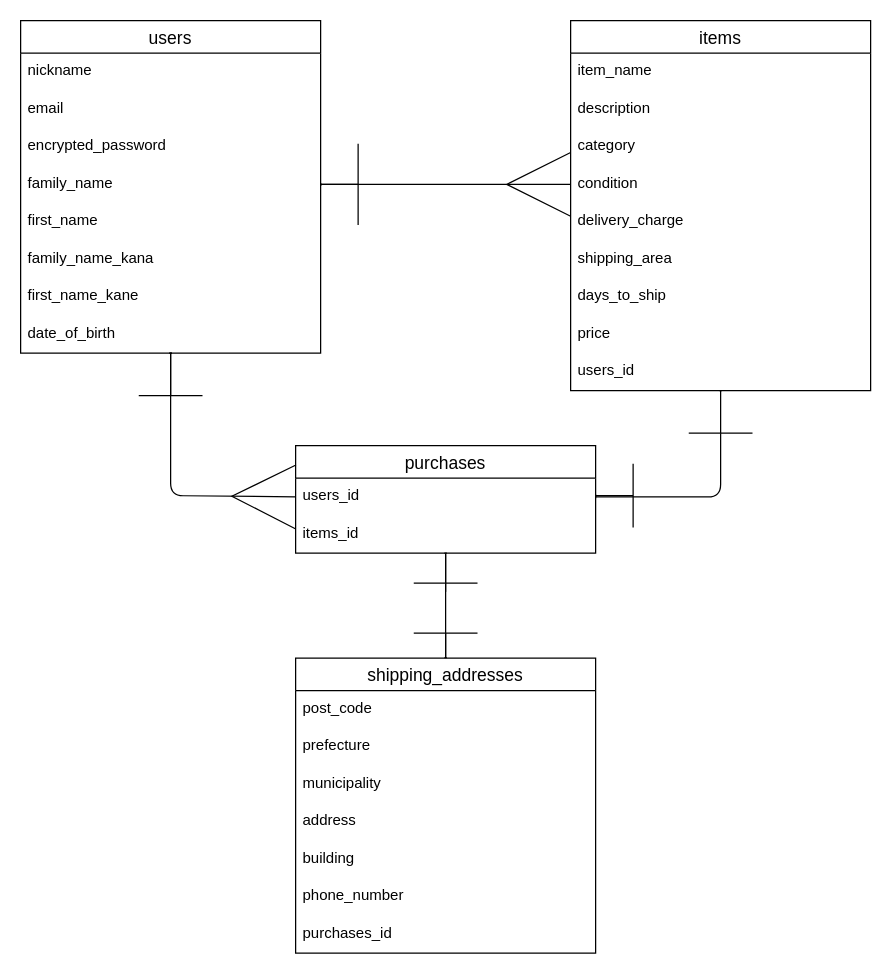
Earlier version of the draw.io diagram furima.dio (shuichis929/furima-38456). Source tidied: cells renumbered, new cells numbered last; positions are measured from the earlier drawing's top-left corner, leaving out a move shared by most shapes. Both pictures are drawn from the tidied source at 125%, with x=0, y=0 at pixel (20, 20).
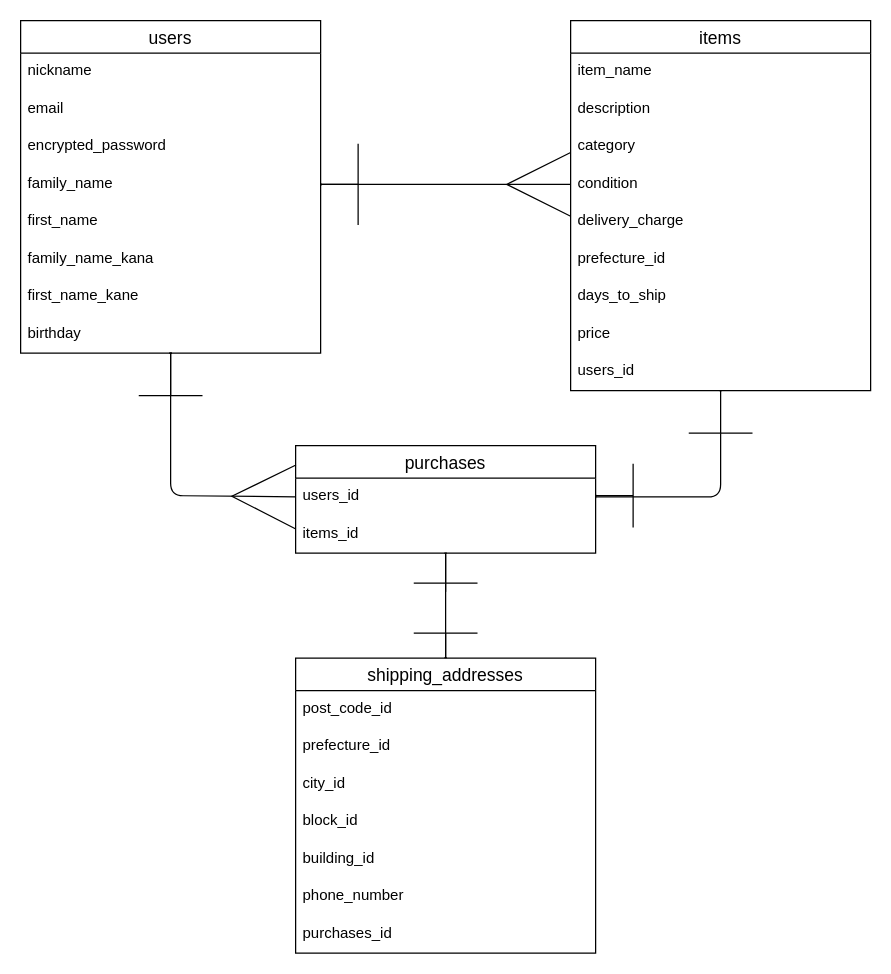
The same diagram, later.

Commit message (it also covers changes not shown here):
リードミー内の記述及びER図の変更

The change refers to these unchanged cells:
```xml
<mxCell id="2" value="users" style="swimlane;fontStyle=0;horizontal=1;startSize=26;align=center;fontSize=14;" parent="1" vertex="1">
  <mxGeometry width="240" height="266" as="geometry" />
</mxCell>
<mxCell id="11" value="items" style="swimlane;fontStyle=0;horizontal=1;startSize=26;align=center;fontSize=14;" parent="1" vertex="1">
  <mxGeometry x="440" width="240" height="296" as="geometry" />
</mxCell>
<mxCell id="33" value="shipping_addresses" style="swimlane;fontStyle=0;horizontal=1;startSize=26;align=center;fontSize=14;labelBorderColor=none;fillColor=default;strokeColor=default;" parent="1" vertex="1">
  <mxGeometry x="220" y="510" width="240" height="236" as="geometry" />
</mxCell>
```

What changed in the source:
```diff
@@
-    <mxCell id="10" value="date_of_birth" style="text;strokeColor=none;fillColor=none;spacingLeft=4;spacingRight=4;overflow=hidden;points=[[0,0.5],[1,0.5]];portConstraint=eastwest;fontSize=12;" parent="2" vertex="1">
+    <mxCell id="10" value="birthday" style="text;strokeColor=none;fillColor=none;spacingLeft=4;spacingRight=4;overflow=hidden;points=[[0,0.5],[1,0.5]];portConstraint=eastwest;fontSize=12;" parent="2" vertex="1">
       <mxGeometry y="236" width="240" height="30" as="geometry" />
     </mxCell>
@@
-    <mxCell id="17" value="shipping_area" style="text;strokeColor=none;fillColor=none;spacingLeft=4;spacingRight=4;overflow=hidden;fontSize=12;" parent="11" vertex="1">
+    <mxCell id="17" value="prefecture_id" style="text;strokeColor=none;fillColor=none;spacingLeft=4;spacingRight=4;overflow=hidden;fontSize=12;" parent="11" vertex="1">
       <mxGeometry y="176" width="240" height="30" as="geometry" />
     </mxCell>
@@
-    <mxCell id="34" value="post_code" style="text;strokeColor=none;fillColor=none;spacingLeft=4;spacingRight=4;overflow=hidden;fontSize=12;" parent="33" vertex="1">
+    <mxCell id="34" value="post_code_id" style="text;strokeColor=none;fillColor=none;spacingLeft=4;spacingRight=4;overflow=hidden;fontSize=12;" parent="33" vertex="1">
       <mxGeometry y="26" width="240" height="30" as="geometry" />
     </mxCell>
-    <mxCell id="35" value="prefecture" style="text;strokeColor=none;fillColor=none;spacingLeft=4;spacingRight=4;overflow=hidden;fontSize=12;" parent="33" vertex="1">
+    <mxCell id="35" value="prefecture_id" style="text;strokeColor=none;fillColor=none;spacingLeft=4;spacingRight=4;overflow=hidden;fontSize=12;" parent="33" vertex="1">
       <mxGeometry y="56" width="240" height="30" as="geometry" />
     </mxCell>
-    <mxCell id="36" value="municipality" style="text;strokeColor=none;fillColor=none;spacingLeft=4;spacingRight=4;overflow=hidden;fontSize=12;" parent="33" vertex="1">
+    <mxCell id="36" value="city_id" style="text;strokeColor=none;fillColor=none;spacingLeft=4;spacingRight=4;overflow=hidden;fontSize=12;" parent="33" vertex="1">
       <mxGeometry y="86" width="240" height="30" as="geometry" />
     </mxCell>
-    <mxCell id="37" value="address" style="text;strokeColor=none;fillColor=none;spacingLeft=4;spacingRight=4;overflow=hidden;fontSize=12;" parent="33" vertex="1">
+    <mxCell id="37" value="block_id" style="text;strokeColor=none;fillColor=none;spacingLeft=4;spacingRight=4;overflow=hidden;fontSize=12;" parent="33" vertex="1">
       <mxGeometry y="116" width="240" height="30" as="geometry" />
     </mxCell>
-    <mxCell id="38" value="building" style="text;strokeColor=none;fillColor=none;spacingLeft=4;spacingRight=4;overflow=hidden;fontSize=12;" parent="33" vertex="1">
+    <mxCell id="38" value="building_id" style="text;strokeColor=none;fillColor=none;spacingLeft=4;spacingRight=4;overflow=hidden;fontSize=12;" parent="33" vertex="1">
       <mxGeometry y="146" width="240" height="30" as="geometry" />
     </mxCell>
```
